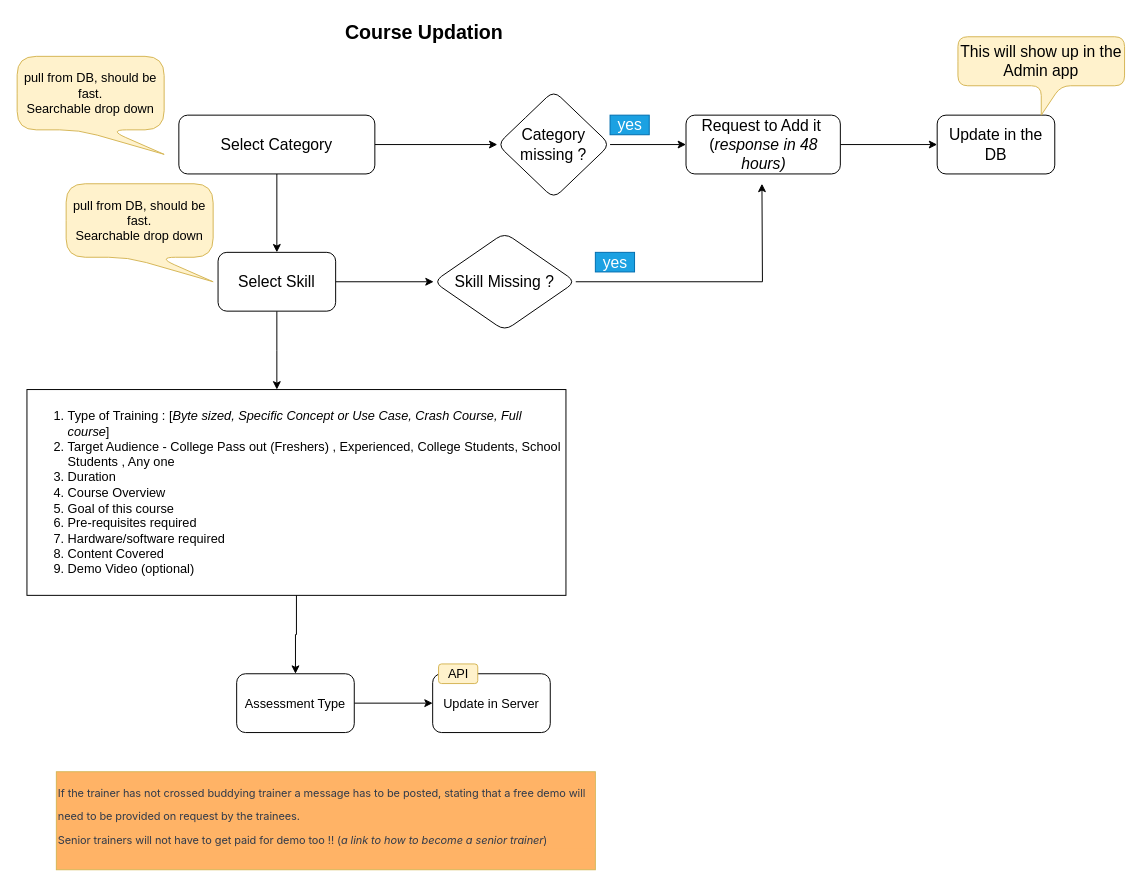
Before: page "Trainer - Course Update" (3 of 3) of sample.drawio in Arunideas/draw.io, a draw.io diagram. Source tidied: cells renumbered, new cells numbered last; positions are measured from the earlier drawing's top-left corner, leaving out a move shared by most shapes. Both pictures are drawn from the tidied source at 98%, with x=0, y=0 at pixel (17, 17).
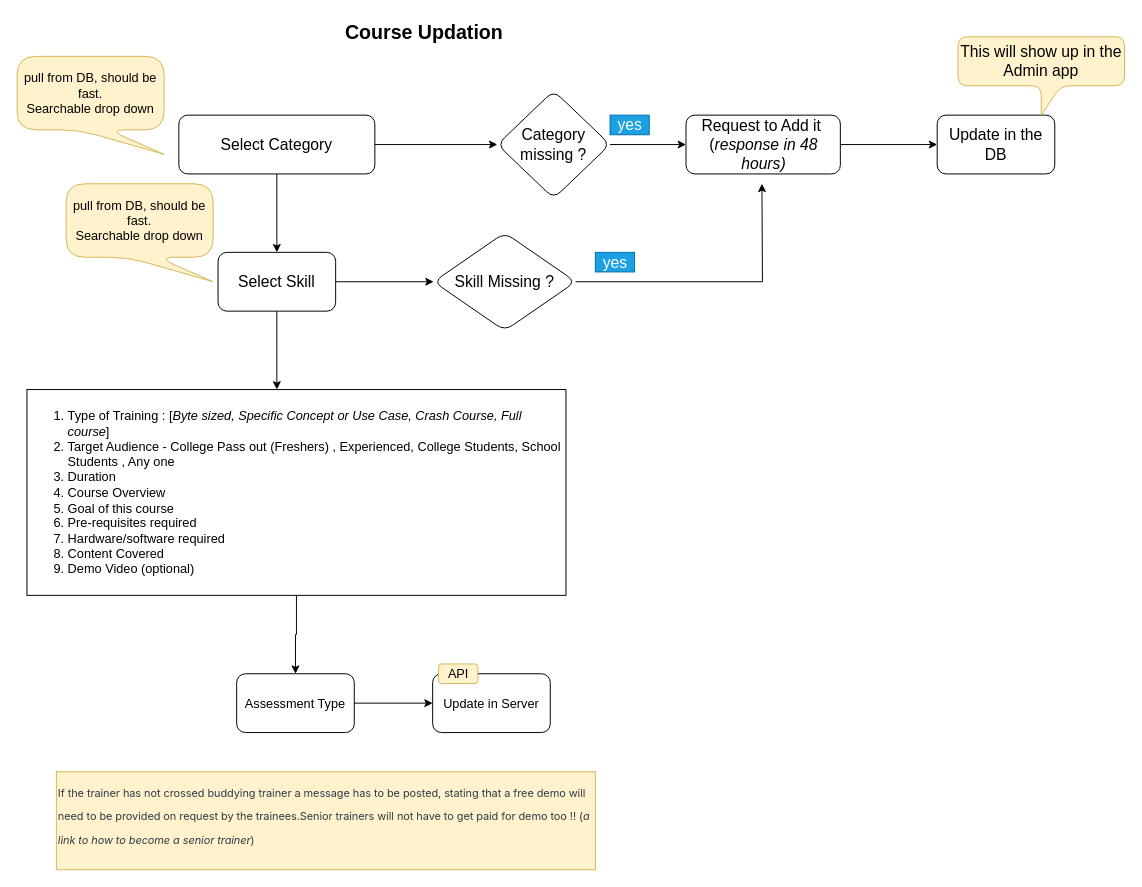
Above is the later version.

Diff of the diagram source:
```diff
@@
-    <mxCell id="25" value="&lt;span style=&quot;box-sizing: border-box; border: 0px; font-style: normal; font-variant-ligatures: normal; font-variant-caps: normal; font-variant-numeric: inherit; font-variant-east-asian: inherit; font-weight: 400; font-stretch: inherit; font-size: 11.2px; line-height: inherit; font-family: Inter, Helvetica, Arial, sans-serif; margin: 0px; padding: 0px; vertical-align: initial; color: rgb(50, 59, 74); letter-spacing: -0.08px; orphans: 2; text-indent: 0px; text-transform: none; widows: 2; word-spacing: 0px; -webkit-text-stroke-width: 0px; text-decoration-thickness: initial; text-decoration-style: initial; text-decoration-color: initial;&quot;&gt;&lt;span style=&quot;box-sizing: border-box; border: 0px; font: inherit; margin: 0px; padding: 0px; vertical-align: initial;&quot;&gt;If the trainer has not crossed buddying trainer a message has to be posted, stating that a free demo will need to be provided on request by the trainees. &#10;Senior trainers will not have to get paid for demo too !! (&lt;/span&gt;&lt;/span&gt;&lt;span style=&quot;box-sizing: border-box; border: 0px; font-style: italic; font-variant-ligatures: normal; font-variant-caps: normal; font-variant-numeric: inherit; font-variant-east-asian: inherit; font-weight: 400; font-stretch: inherit; font-size: 11.2px; line-height: inherit; font-family: Inter, Helvetica, Arial, sans-serif; margin: 0px; padding: 0px; vertical-align: initial; color: rgb(50, 59, 74); letter-spacing: -0.08px; orphans: 2; text-indent: 0px; text-transform: none; widows: 2; word-spacing: 0px; -webkit-text-stroke-width: 0px; text-decoration-thickness: initial; text-decoration-style: initial; text-decoration-color: initial;&quot;&gt;&lt;span style=&quot;box-sizing: border-box; border: 0px; font: inherit; margin: 0px; padding: 0px; vertical-align: initial;&quot;&gt;a link to how to become a senior trainer&lt;/span&gt;&lt;/span&gt;&lt;span style=&quot;box-sizing: border-box; border: 0px; font-style: normal; font-variant-ligatures: normal; font-variant-caps: normal; font-variant-numeric: inherit; font-variant-east-asian: inherit; font-weight: 400; font-stretch: inherit; font-size: 11.2px; line-height: inherit; font-family: Inter, Helvetica, Arial, sans-serif; margin: 0px; padding: 0px; vertical-align: initial; color: rgb(50, 59, 74); letter-spacing: -0.08px; orphans: 2; text-indent: 0px; text-transform: none; widows: 2; word-spacing: 0px; -webkit-text-stroke-width: 0px; text-decoration-thickness: initial; text-decoration-style: initial; text-decoration-color: initial;&quot;&gt;&lt;span style=&quot;box-sizing: border-box; border: 0px; font: inherit; margin: 0px; padding: 0px; vertical-align: initial;&quot;&gt;) &lt;/span&gt;&lt;/span&gt;" style="text;whiteSpace=wrap;html=1;fontSize=20;align=left;fillColor=#FFB366;strokeColor=#d6b656;labelBackgroundColor=#FFB366;" parent="1" vertex="1">
+    <mxCell id="25" value="&lt;span style=&quot;box-sizing: border-box; border: 0px; font-style: normal; font-variant-ligatures: normal; font-variant-caps: normal; font-variant-numeric: inherit; font-variant-east-asian: inherit; font-weight: 400; font-stretch: inherit; font-size: 11.2px; line-height: inherit; font-family: Inter, Helvetica, Arial, sans-serif; margin: 0px; padding: 0px; vertical-align: initial; color: rgb(50, 59, 74); letter-spacing: -0.08px; orphans: 2; text-indent: 0px; text-transform: none; widows: 2; word-spacing: 0px; -webkit-text-stroke-width: 0px; text-decoration-thickness: initial; text-decoration-style: initial; text-decoration-color: initial;&quot;&gt;&lt;span style=&quot;box-sizing: border-box; border: 0px; font: inherit; margin: 0px; padding: 0px; vertical-align: initial;&quot;&gt;If the trainer has not crossed buddying trainer a message has to be posted, stating that a free demo will need to be provided on request by the trainees.Senior trainers will not have to get paid for demo too !! (&lt;/span&gt;&lt;/span&gt;&lt;span style=&quot;box-sizing: border-box; border: 0px; font-style: italic; font-variant-ligatures: normal; font-variant-caps: normal; font-variant-numeric: inherit; font-variant-east-asian: inherit; font-weight: 400; font-stretch: inherit; font-size: 11.2px; line-height: inherit; font-family: Inter, Helvetica, Arial, sans-serif; margin: 0px; padding: 0px; vertical-align: initial; color: rgb(50, 59, 74); letter-spacing: -0.08px; orphans: 2; text-indent: 0px; text-transform: none; widows: 2; word-spacing: 0px; -webkit-text-stroke-width: 0px; text-decoration-thickness: initial; text-decoration-style: initial; text-decoration-color: initial;&quot;&gt;&lt;span style=&quot;box-sizing: border-box; border: 0px; font: inherit; margin: 0px; padding: 0px; vertical-align: initial;&quot;&gt;a link to how to become a senior trainer&lt;/span&gt;&lt;/span&gt;&lt;span style=&quot;box-sizing: border-box; border: 0px; font-style: normal; font-variant-ligatures: normal; font-variant-caps: normal; font-variant-numeric: inherit; font-variant-east-asian: inherit; font-weight: 400; font-stretch: inherit; font-size: 11.2px; line-height: inherit; font-family: Inter, Helvetica, Arial, sans-serif; margin: 0px; padding: 0px; vertical-align: initial; color: rgb(50, 59, 74); letter-spacing: -0.08px; orphans: 2; text-indent: 0px; text-transform: none; widows: 2; word-spacing: 0px; -webkit-text-stroke-width: 0px; text-decoration-thickness: initial; text-decoration-style: initial; text-decoration-color: initial;&quot;&gt;&lt;span style=&quot;box-sizing: border-box; border: 0px; font: inherit; margin: 0px; padding: 0px; vertical-align: initial;&quot;&gt;) &lt;/span&gt;&lt;/span&gt;" style="text;whiteSpace=wrap;html=1;fontSize=20;align=left;fillColor=#fff2cc;strokeColor=#d6b656;labelBackgroundColor=#FFF2CC;" parent="1" vertex="1">
       <mxGeometry x="40" y="770" width="550" height="100" as="geometry" />
     </mxCell>
```
